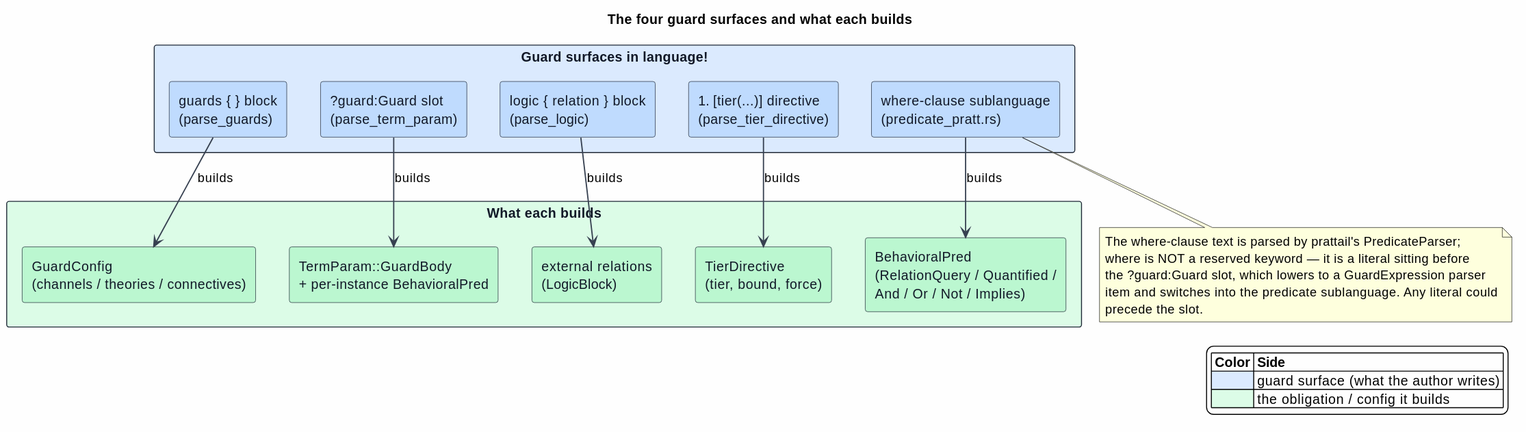
Before: docs/architecture/semantic-predicates/figures/06-guard-surfaces.svg, a diagram exported from PlantUML (F1R3FLY-io/mettail-rust).
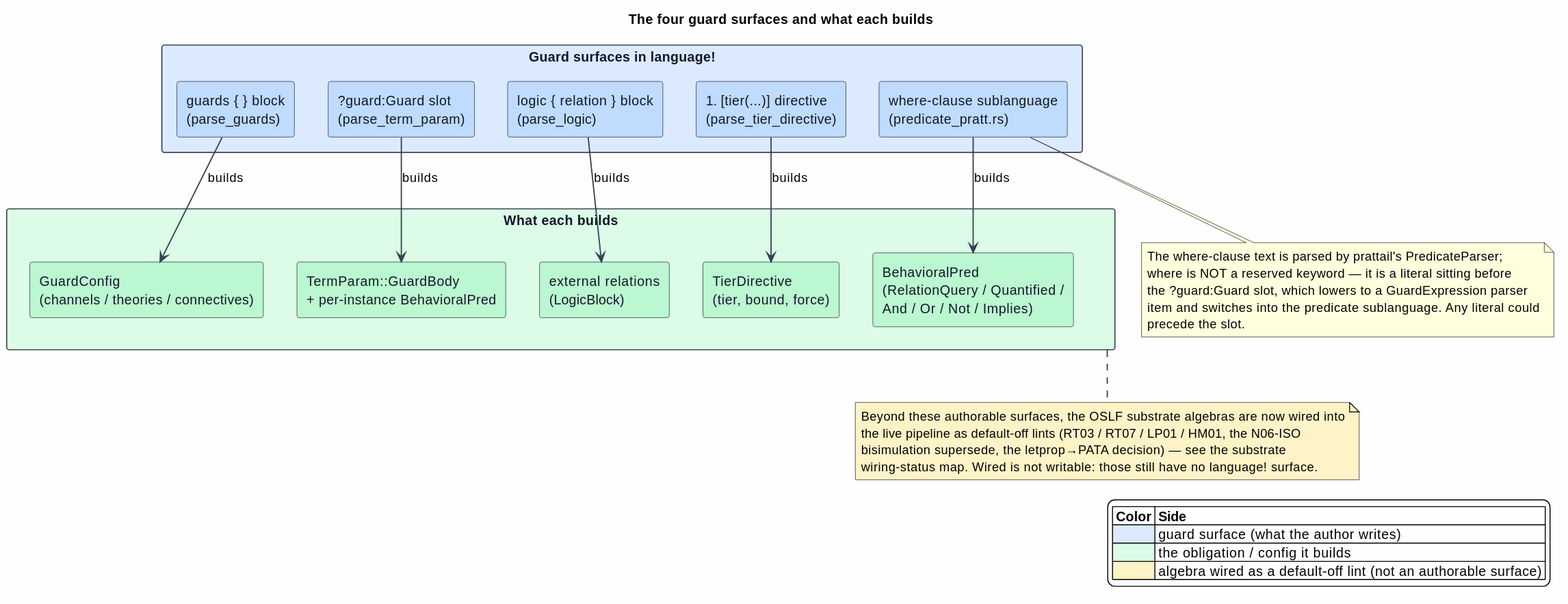
Later version of the same file.

Change to the diagram source:
```diff
@@ -45,9 +45,17 @@
   precede the slot.
 end note
 
+note bottom of Built #FEF3C7
+  Beyond these authorable surfaces, the OSLF substrate algebras are now wired into
+  the live pipeline as default-off lints (RT03 / RT07 / LP01 / HM01, the N06-ISO
+  bisimulation supersede, the letprop→PATA decision) — see the substrate
+  wiring-status map. Wired is not writable: those still have no language! surface.
+end note
+
 legend right
 |= Color |= Side |
 |<#DBEAFE> | guard surface (what the author writes) |
 |<#DCFCE7> | the obligation / config it builds |
+|<#FEF3C7> | algebra wired as a default-off lint (not an authorable surface) |
 endlegend
 @enduml
```
